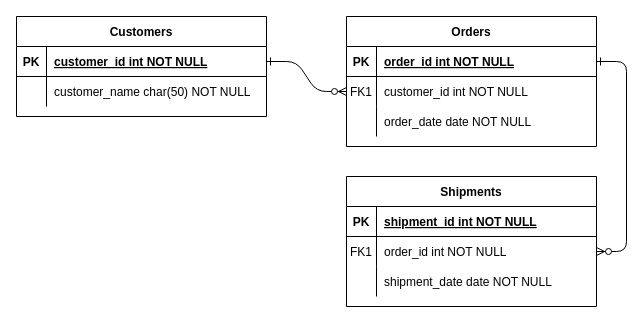
This is Diagrama-de-Entidad-de-Relaciones.drawio from Jose-AA/TP-Barcos-Dise-o-y-Administracion-de-bd-Grupo-11, a draw.io file, before an edit. Source tidied: cells renumbered, new cells numbered last; positions are measured from the earlier drawing's top-left corner, leaving out a move shared by most shapes. Both pictures are drawn from the tidied source at 100%, with x=0, y=0 at pixel (16, 16).
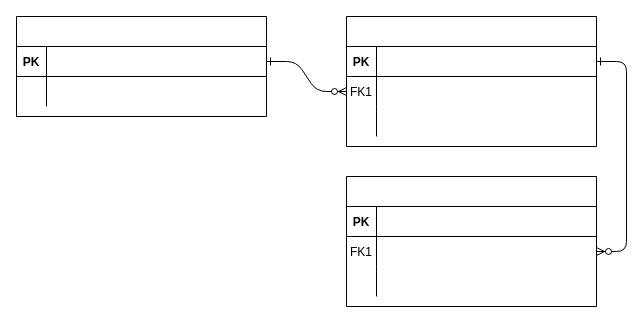
The same diagram, later.

Unchanged cells that the change refers to:
```xml
<mxCell id="5" style="shape=partialRectangle;fillColor=none;points=[[0,0.5],[1,0.5]];portConstraint=eastwest;top=0;left=0;right=0;bottom=1;" parent="4" vertex="1">
  <mxGeometry y="30" width="250" height="30" as="geometry" />
</mxCell>
<mxCell id="8" style="shape=partialRectangle;fillColor=none;points=[[0,0.5],[1,0.5]];portConstraint=eastwest;top=0;left=0;right=0;bottom=0;" parent="4" vertex="1">
  <mxGeometry y="60" width="250" height="30" as="geometry" />
</mxCell>
<mxCell id="11" style="shape=partialRectangle;fillColor=none;top=0;left=0;right=0;bottom=0;" parent="4" vertex="1">
  <mxGeometry y="90" width="250" height="30" as="geometry" />
</mxCell>
<mxCell id="15" style="shape=partialRectangle;fillColor=none;top=0;left=0;right=0;bottom=1;" parent="14" vertex="1">
  <mxGeometry y="30" width="250" height="30" as="geometry" />
</mxCell>
<mxCell id="18" style="shape=partialRectangle;fillColor=none;points=[[0,0.5],[1,0.5]];portConstraint=eastwest;top=0;left=0;right=0;bottom=0;" parent="14" vertex="1">
  <mxGeometry y="60" width="250" height="30" as="geometry" />
</mxCell>
<mxCell id="21" style="shape=partialRectangle;fillColor=none;top=0;left=0;right=0;bottom=0;" parent="14" vertex="1">
  <mxGeometry y="90" width="250" height="30" as="geometry" />
</mxCell>
<mxCell id="25" style="shape=partialRectangle;fillColor=none;points=[[0,0.5],[1,0.5]];portConstraint=eastwest;top=0;left=0;right=0;bottom=1;" parent="24" vertex="1">
  <mxGeometry y="30" width="250" height="30" as="geometry" />
</mxCell>
<mxCell id="28" style="shape=partialRectangle;fillColor=none;top=0;left=0;right=0;bottom=0;" parent="24" vertex="1">
  <mxGeometry y="60" width="250" height="30" as="geometry" />
</mxCell>
```

Diff of the diagram source:
```diff
@@
-    <mxCell id="4" value="Orders" style="shape=table;startSize=30;childLayout=tableLayout;rowLines=0;fontStyle=1;align=center;" parent="1" vertex="1">
+    <mxCell id="4" style="shape=table;startSize=30;childLayout=tableLayout;rowLines=0;fontStyle=1;align=center;" parent="1" vertex="1">
       <mxGeometry x="330" width="250" height="130" as="geometry" />
     </mxCell>
@@
-    <mxCell id="7" value="order_id int NOT NULL " style="shape=partialRectangle;overflow=hidden;fillColor=none;top=0;left=0;bottom=0;right=0;align=left;spacingLeft=6;fontStyle=5;" parent="5" vertex="1">
+    <mxCell id="7" style="shape=partialRectangle;overflow=hidden;fillColor=none;top=0;left=0;bottom=0;right=0;align=left;spacingLeft=6;fontStyle=5;" parent="5" vertex="1">
       <mxGeometry x="30" width="220" height="30" as="geometry" />
     </mxCell>
@@
-    <mxCell id="10" value="customer_id int NOT NULL" style="shape=partialRectangle;overflow=hidden;fillColor=none;top=0;left=0;bottom=0;right=0;align=left;spacingLeft=6;" parent="8" vertex="1">
+    <mxCell id="10" style="shape=partialRectangle;overflow=hidden;fillColor=none;top=0;left=0;bottom=0;right=0;align=left;spacingLeft=6;" parent="8" vertex="1">
       <mxGeometry x="30" width="220" height="30" as="geometry" />
     </mxCell>
@@
-    <mxCell id="13" value="order_date date NOT NULL" style="shape=partialRectangle;overflow=hidden;fillColor=none;top=0;left=0;bottom=0;right=0;align=left;spacingLeft=6;" parent="11" vertex="1">
+    <mxCell id="13" style="shape=partialRectangle;overflow=hidden;fillColor=none;top=0;left=0;bottom=0;right=0;align=left;spacingLeft=6;" parent="11" vertex="1">
       <mxGeometry x="30" width="220" height="30" as="geometry" />
     </mxCell>
-    <mxCell id="14" value="Shipments" style="shape=table;startSize=30;childLayout=tableLayout;rowLines=0;fontStyle=1;align=center;" parent="1" vertex="1">
+    <mxCell id="14" style="shape=table;startSize=30;childLayout=tableLayout;rowLines=0;fontStyle=1;align=center;" parent="1" vertex="1">
       <mxGeometry x="330" y="160" width="250" height="130" as="geometry" />
     </mxCell>
@@
-    <mxCell id="17" value="shipment_id int NOT NULL " style="shape=partialRectangle;overflow=hidden;fillColor=none;top=0;left=0;bottom=0;right=0;align=left;spacingLeft=6;fontStyle=5;" parent="15" vertex="1">
+    <mxCell id="17" style="shape=partialRectangle;overflow=hidden;fillColor=none;top=0;left=0;bottom=0;right=0;align=left;spacingLeft=6;fontStyle=5;" parent="15" vertex="1">
       <mxGeometry x="30" width="220" height="30" as="geometry" />
     </mxCell>
@@
-    <mxCell id="20" value="order_id int NOT NULL" style="shape=partialRectangle;overflow=hidden;fillColor=none;top=0;left=0;bottom=0;right=0;align=left;spacingLeft=6;" parent="18" vertex="1">
+    <mxCell id="20" style="shape=partialRectangle;overflow=hidden;fillColor=none;top=0;left=0;bottom=0;right=0;align=left;spacingLeft=6;" parent="18" vertex="1">
       <mxGeometry x="30" width="220" height="30" as="geometry" />
     </mxCell>
@@
-    <mxCell id="23" value="shipment_date date NOT NULL" style="shape=partialRectangle;overflow=hidden;fillColor=none;top=0;left=0;bottom=0;right=0;align=left;spacingLeft=6;" parent="21" vertex="1">
+    <mxCell id="23" style="shape=partialRectangle;overflow=hidden;fillColor=none;top=0;left=0;bottom=0;right=0;align=left;spacingLeft=6;" parent="21" vertex="1">
       <mxGeometry x="30" width="220" height="30" as="geometry" />
     </mxCell>
-    <mxCell id="24" value="Customers" style="shape=table;startSize=30;childLayout=tableLayout;rowLines=0;fontStyle=1;align=center;" parent="1" vertex="1">
+    <mxCell id="24" style="shape=table;startSize=30;childLayout=tableLayout;rowLines=0;fontStyle=1;align=center;" parent="1" vertex="1">
       <mxGeometry width="250" height="100" as="geometry" />
     </mxCell>
@@
-    <mxCell id="27" value="customer_id int NOT NULL " style="shape=partialRectangle;overflow=hidden;fillColor=none;top=0;left=0;bottom=0;right=0;align=left;spacingLeft=6;fontStyle=5;" parent="25" vertex="1">
+    <mxCell id="27" style="shape=partialRectangle;overflow=hidden;fillColor=none;top=0;left=0;bottom=0;right=0;align=left;spacingLeft=6;fontStyle=5;" parent="25" vertex="1">
       <mxGeometry x="30" width="220" height="30" as="geometry" />
     </mxCell>
@@
-    <mxCell id="30" value="customer_name char(50) NOT NULL" style="shape=partialRectangle;overflow=hidden;fillColor=none;top=0;left=0;bottom=0;right=0;align=left;spacingLeft=6;" parent="28" vertex="1">
+    <mxCell id="30" style="shape=partialRectangle;overflow=hidden;fillColor=none;top=0;left=0;bottom=0;right=0;align=left;spacingLeft=6;" parent="28" vertex="1">
       <mxGeometry x="30" width="220" height="30" as="geometry" />
     </mxCell>
```
